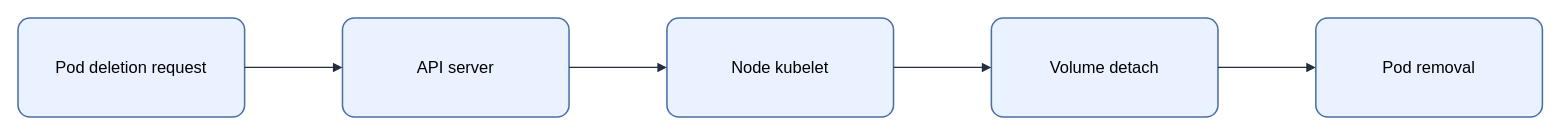
Before: assets/img/kubernetes/terminating-pod-troubleshooting.drawio in KKamJi98/kkamji98.github.io, a draw.io diagram. Source tidied: cells renumbered, new cells numbered last; positions are measured from the earlier drawing's top-left corner, leaving out a move shared by most shapes. Both pictures are drawn from the tidied source at 103%, with x=0, y=0 at pixel (18, 18).
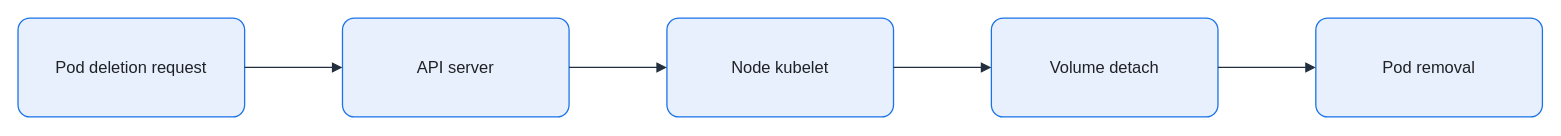
The same page after the edit.

Diff of the diagram source:
```diff
@@
 <mxGraphModel background="#FFFFFF">
   <root>
     <mxCell id="0" />
     <mxCell id="1" parent="0" />
-    <mxCell id="2" value="Pod deletion request" style="rounded=1;arcSize=12;whiteSpace=wrap;html=0;fillColor=#EAF2FF;strokeColor=#4A6FA5;strokeWidth=1.5;fontColor=#000000;fontSize=16;align=center;verticalAlign=middle;spacing=8;shadow=0;" parent="1" vertex="1">
+    <mxCell id="2" value="Pod deletion request" style="rounded=1;arcSize=12;whiteSpace=wrap;html=0;fillColor=#E8F0FE;strokeColor=#1A73E8;strokeWidth=1.25;fontColor=#202124;fontSize=16;align=center;verticalAlign=middle;spacing=8;shadow=0;" parent="1" vertex="1">
       <mxGeometry width="220" height="96" as="geometry" />
     </mxCell>
-    <mxCell id="3" value="API server" style="rounded=1;arcSize=12;whiteSpace=wrap;html=0;fillColor=#EAF2FF;strokeColor=#4A6FA5;strokeWidth=1.5;fontColor=#000000;fontSize=16;align=center;verticalAlign=middle;spacing=8;shadow=0;" parent="1" vertex="1">
+    <mxCell id="3" value="API server" style="rounded=1;arcSize=12;whiteSpace=wrap;html=0;fillColor=#E8F0FE;strokeColor=#1A73E8;strokeWidth=1.25;fontColor=#202124;fontSize=16;align=center;verticalAlign=middle;spacing=8;shadow=0;" parent="1" vertex="1">
       <mxGeometry x="315" width="220" height="96" as="geometry" />
     </mxCell>
-    <mxCell id="4" value="Node kubelet" style="rounded=1;arcSize=12;whiteSpace=wrap;html=0;fillColor=#EAF2FF;strokeColor=#4A6FA5;strokeWidth=1.5;fontColor=#000000;fontSize=16;align=center;verticalAlign=middle;spacing=8;shadow=0;" parent="1" vertex="1">
+    <mxCell id="4" value="Node kubelet" style="rounded=1;arcSize=12;whiteSpace=wrap;html=0;fillColor=#E8F0FE;strokeColor=#1A73E8;strokeWidth=1.25;fontColor=#202124;fontSize=16;align=center;verticalAlign=middle;spacing=8;shadow=0;" parent="1" vertex="1">
       <mxGeometry x="630" width="220" height="96" as="geometry" />
     </mxCell>
-    <mxCell id="5" value="Volume detach" style="rounded=1;arcSize=12;whiteSpace=wrap;html=0;fillColor=#EAF2FF;strokeColor=#4A6FA5;strokeWidth=1.5;fontColor=#000000;fontSize=16;align=center;verticalAlign=middle;spacing=8;shadow=0;" parent="1" vertex="1">
+    <mxCell id="5" value="Volume detach" style="rounded=1;arcSize=12;whiteSpace=wrap;html=0;fillColor=#E8F0FE;strokeColor=#1A73E8;strokeWidth=1.25;fontColor=#202124;fontSize=16;align=center;verticalAlign=middle;spacing=8;shadow=0;" parent="1" vertex="1">
       <mxGeometry x="945" width="220" height="96" as="geometry" />
     </mxCell>
-    <mxCell id="6" value="Pod removal" style="rounded=1;arcSize=12;whiteSpace=wrap;html=0;fillColor=#EAF2FF;strokeColor=#4A6FA5;strokeWidth=1.5;fontColor=#000000;fontSize=16;align=center;verticalAlign=middle;spacing=8;shadow=0;" parent="1" vertex="1">
+    <mxCell id="6" value="Pod removal" style="rounded=1;arcSize=12;whiteSpace=wrap;html=0;fillColor=#E8F0FE;strokeColor=#1A73E8;strokeWidth=1.25;fontColor=#202124;fontSize=16;align=center;verticalAlign=middle;spacing=8;shadow=0;" parent="1" vertex="1">
       <mxGeometry x="1260" width="220" height="96" as="geometry" />
     </mxCell>
-    <mxCell id="7" style="edgeStyle=orthogonalEdgeStyle;rounded=0;jettySize=auto;html=0;endArrow=block;endFill=1;strokeColor=#232F3E;strokeWidth=1.25;fontColor=#000000;labelBackgroundColor=none;exitX=1;exitY=0.5;exitDx=0;exitDy=0;entryX=0;entryY=0.5;entryDx=0;entryDy=0;" parent="1" edge="1" source="2" target="3">
+    <mxCell id="7" style="edgeStyle=orthogonalEdgeStyle;rounded=0;jettySize=auto;html=0;endArrow=block;endFill=1;strokeColor=#232F3E;strokeWidth=1.25;fontColor=#202124;labelBackgroundColor=none;exitX=1;exitY=0.5;exitDx=0;exitDy=0;entryX=0;entryY=0.5;entryDx=0;entryDy=0;endSize=7;" parent="1" edge="1" source="2" target="3">
       <mxGeometry relative="1" as="geometry" />
     </mxCell>
-    <mxCell id="8" style="edgeStyle=orthogonalEdgeStyle;rounded=0;jettySize=auto;html=0;endArrow=block;endFill=1;strokeColor=#232F3E;strokeWidth=1.25;fontColor=#000000;labelBackgroundColor=none;exitX=1;exitY=0.5;exitDx=0;exitDy=0;entryX=0;entryY=0.5;entryDx=0;entryDy=0;" parent="1" edge="1" source="3" target="4">
+    <mxCell id="8" style="edgeStyle=orthogonalEdgeStyle;rounded=0;jettySize=auto;html=0;endArrow=block;endFill=1;strokeColor=#232F3E;strokeWidth=1.25;fontColor=#202124;labelBackgroundColor=none;exitX=1;exitY=0.5;exitDx=0;exitDy=0;entryX=0;entryY=0.5;entryDx=0;entryDy=0;endSize=7;" parent="1" edge="1" source="3" target="4">
       <mxGeometry relative="1" as="geometry" />
     </mxCell>
-    <mxCell id="9" style="edgeStyle=orthogonalEdgeStyle;rounded=0;jettySize=auto;html=0;endArrow=block;endFill=1;strokeColor=#232F3E;strokeWidth=1.25;fontColor=#000000;labelBackgroundColor=none;exitX=1;exitY=0.5;exitDx=0;exitDy=0;entryX=0;entryY=0.5;entryDx=0;entryDy=0;" parent="1" edge="1" source="4" target="5">
+    <mxCell id="9" style="edgeStyle=orthogonalEdgeStyle;rounded=0;jettySize=auto;html=0;endArrow=block;endFill=1;strokeColor=#232F3E;strokeWidth=1.25;fontColor=#202124;labelBackgroundColor=none;exitX=1;exitY=0.5;exitDx=0;exitDy=0;entryX=0;entryY=0.5;entryDx=0;entryDy=0;endSize=7;" parent="1" edge="1" source="4" target="5">
       <mxGeometry relative="1" as="geometry" />
     </mxCell>
-    <mxCell id="10" style="edgeStyle=orthogonalEdgeStyle;rounded=0;jettySize=auto;html=0;endArrow=block;endFill=1;strokeColor=#232F3E;strokeWidth=1.25;fontColor=#000000;labelBackgroundColor=none;exitX=1;exitY=0.5;exitDx=0;exitDy=0;entryX=0;entryY=0.5;entryDx=0;entryDy=0;" parent="1" edge="1" source="5" target="6">
+    <mxCell id="10" style="edgeStyle=orthogonalEdgeStyle;rounded=0;jettySize=auto;html=0;endArrow=block;endFill=1;strokeColor=#232F3E;strokeWidth=1.25;fontColor=#202124;labelBackgroundColor=none;exitX=1;exitY=0.5;exitDx=0;exitDy=0;entryX=0;entryY=0.5;entryDx=0;entryDy=0;endSize=7;" parent="1" edge="1" source="5" target="6">
       <mxGeometry relative="1" as="geometry" />
     </mxCell>
   </root>
 </mxGraphModel>
```
